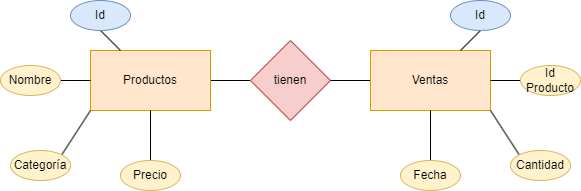
The draw.io diagram tarea 4 sqlite/tarea 4 diagrama ER.drawio.png in GermanOjeda/base-datos, before a commit. Source tidied: cells renumbered, new cells last; positions are measured from the earlier drawing's top-left corner, leaving out a move shared by most shapes.
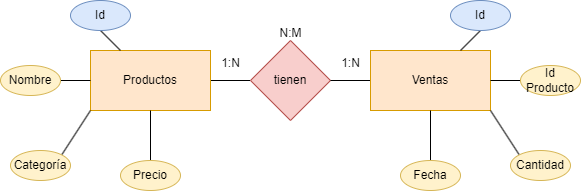
Above is the later version.

Change to the diagram source:
```diff
@@ -65,5 +65,14 @@
     <mxCell id="22" value="Fecha" style="ellipse;whiteSpace=wrap;html=1;fillColor=#fff2cc;strokeColor=#d6b656;" parent="1" vertex="1">
       <mxGeometry x="400" y="160" width="60" height="30" as="geometry" />
     </mxCell>
+    <mxCell id="23" value="1:N" style="text;html=1;align=center;verticalAlign=middle;strokeColor=none;fillColor=none;" parent="1" vertex="1">
+      <mxGeometry x="210" y="48" width="40" height="30" as="geometry" />
+    </mxCell>
+    <mxCell id="24" value="1:N" style="text;html=1;align=center;verticalAlign=middle;strokeColor=none;fillColor=none;" parent="1" vertex="1">
+      <mxGeometry x="330" y="48" width="40" height="30" as="geometry" />
+    </mxCell>
+    <mxCell id="25" value="N:M" style="text;html=1;align=center;verticalAlign=middle;strokeColor=none;fillColor=none;" parent="1" vertex="1">
+      <mxGeometry x="265" y="18" width="50" height="30" as="geometry" />
+    </mxCell>
   </root>
 </mxGraphModel>
```
